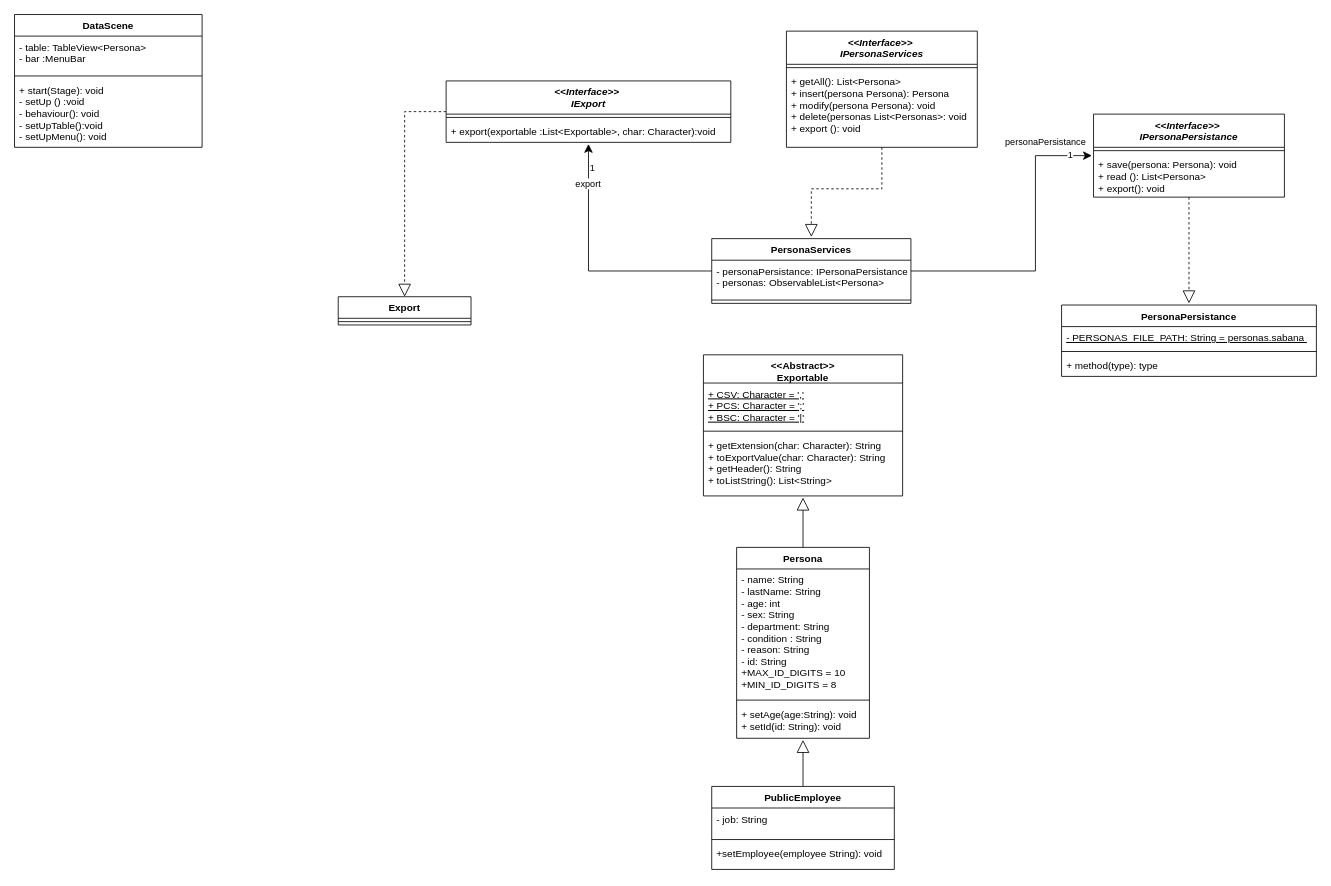
This is Diagrams/Diagrama de clases proyecto.drawio from Cafeleyos/Entrega-parcial---David-Santos---Camilo-Mu-oz, a draw.io file, before an edit. Source tidied: cells renumbered, new cells numbered last; positions are measured from the earlier drawing's top-left corner, leaving out a move shared by most shapes. Both pictures are drawn from the tidied source at 83%, with x=0, y=0 at pixel (14, 14).
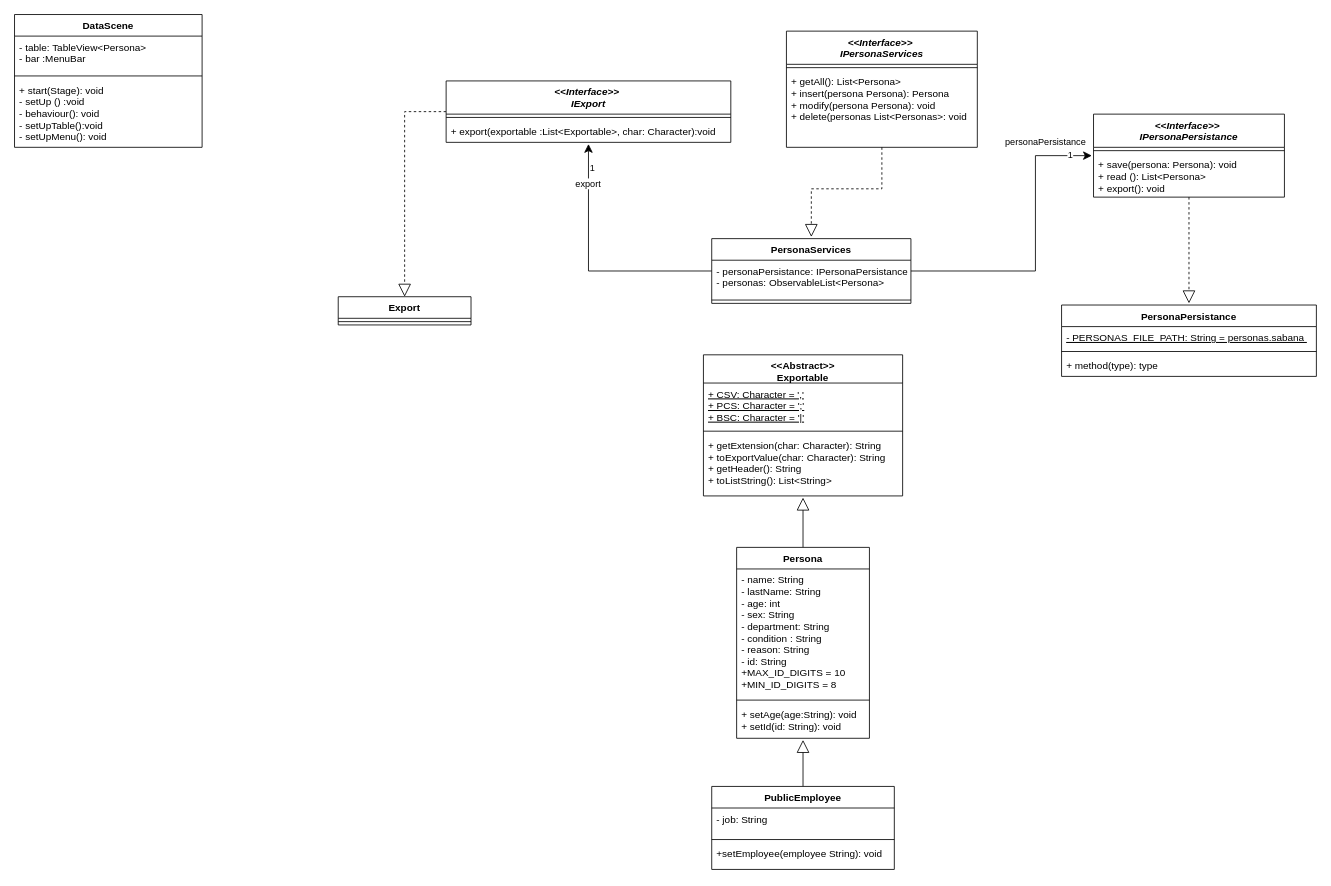
The same page after the edit.

Unchanged cells that the change refers to:
```xml
<mxCell id="30" value="&lt;&lt;Interface&gt;&gt; &#10;IPersonaServices" style="swimlane;fontStyle=3;align=center;verticalAlign=top;horizontal=1;startSize=40;" parent="1" vertex="1">
  <mxGeometry x="930" y="20" width="230" height="140" as="geometry" />
</mxCell>
```

Diff of the diagram source:
```diff
@@
-    <mxCell id="32" value="+ getAll(): List&lt;Persona&gt;&#10;+ insert(persona Persona): Persona&#10;+ modify(persona Persona): void &#10;+ delete(personas List&lt;Personas&gt;: void&#10;+ export (): void&#10;" style="text;strokeColor=none;fillColor=none;align=left;verticalAlign=top;spacingLeft=4;spacingRight=4;overflow=hidden;" parent="30" vertex="1">
+    <mxCell id="32" value="+ getAll(): List&lt;Persona&gt;&#10;+ insert(persona Persona): Persona&#10;+ modify(persona Persona): void &#10;+ delete(personas List&lt;Personas&gt;: void&#10;" style="text;strokeColor=none;fillColor=none;align=left;verticalAlign=top;spacingLeft=4;spacingRight=4;overflow=hidden;" parent="30" vertex="1">
       <mxGeometry y="48" width="230" height="92" as="geometry" />
     </mxCell>
```
